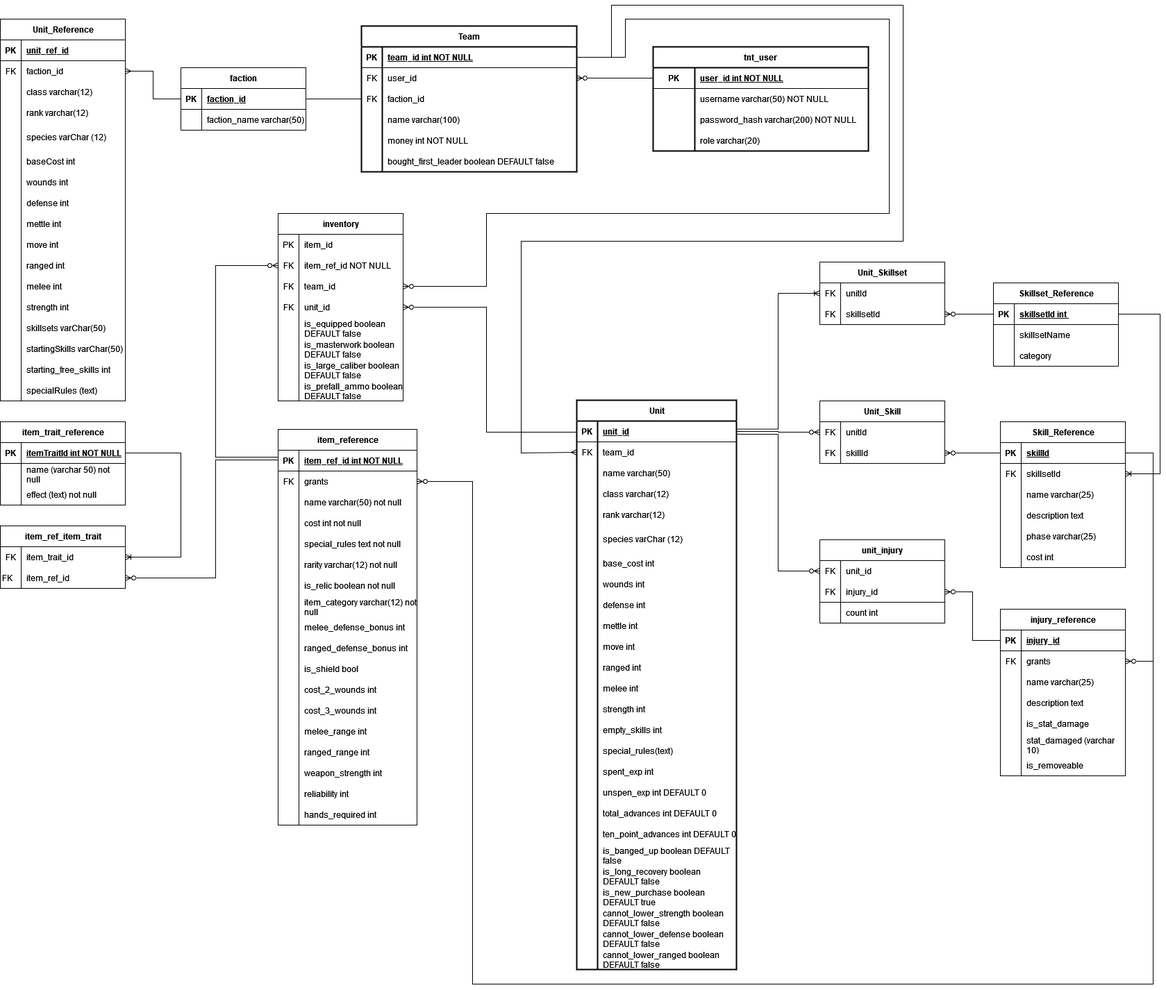
kmeadows3/TnT-Team-Builder keeps this draw.io diagram as Database/databaseERD.png. Above is the earlier version. Source tidied: cells renumbered, new cells last; positions are measured from the earlier drawing's top-left corner, leaving out a move shared by most shapes.
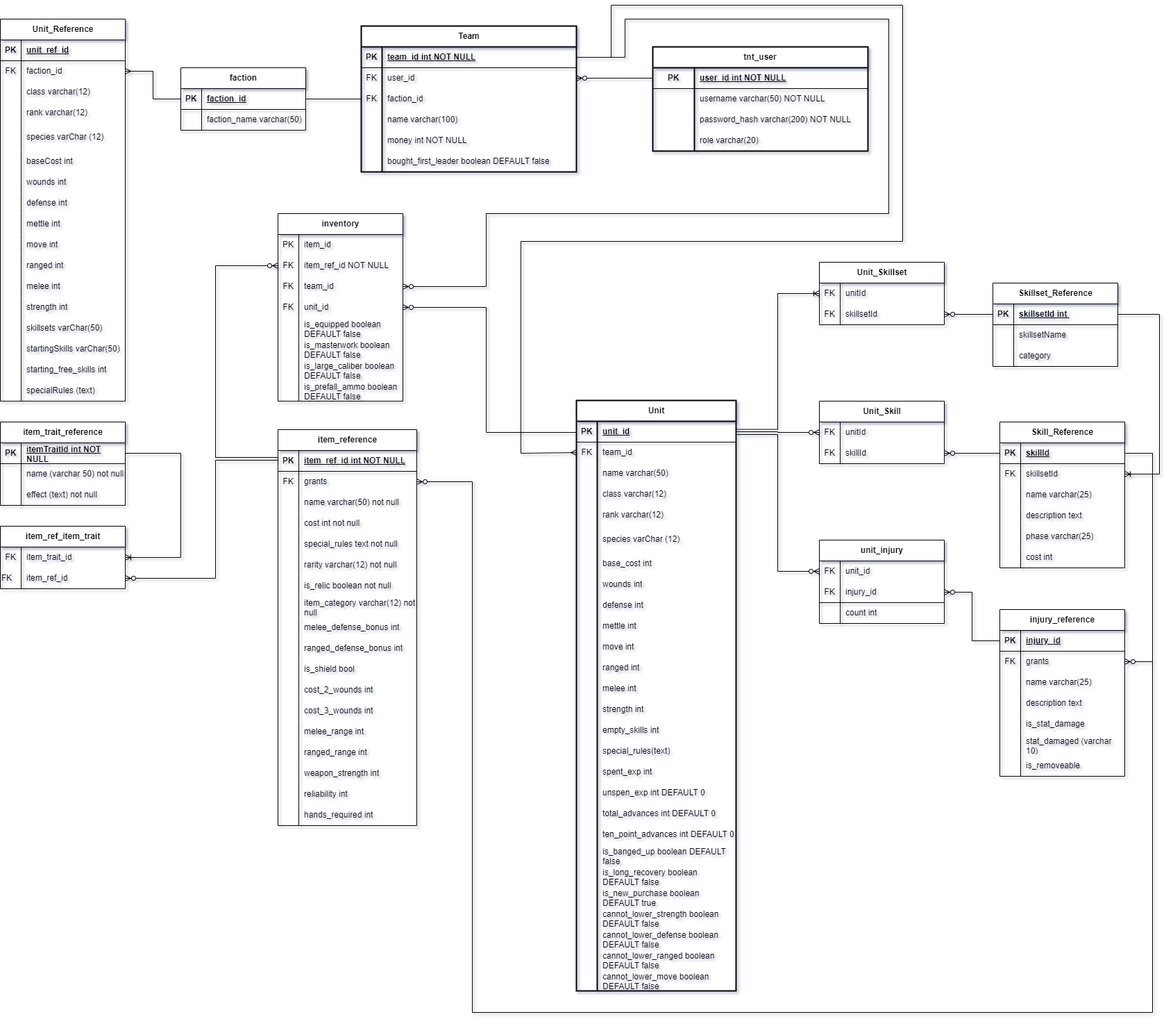
After the commit.

What changed in the source:
```diff
@@ -331,7 +331,7 @@
       </mxGeometry>
     </mxCell>
     <mxCell id="108" value="Unit" style="shape=table;startSize=30;rowLines=0;fontStyle=1;align=center;html=1;strokeWidth=2;" parent="1" vertex="1">
-      <mxGeometry x="830" y="569" width="230" height="820" as="geometry" />
+      <mxGeometry x="830" y="569" width="230" height="850" as="geometry" />
     </mxCell>
     <mxCell id="109" style="shape=tableRow;horizontal=0;startSize=0;swimlaneHead=0;swimlaneBody=0;fillColor=none;points=[[0,0.5],[1,0.5]];portConstraint=eastwest;top=0;left=0;right=0;bottom=1;" parent="108" vertex="1">
       <mxGeometry y="30" width="230" height="30" as="geometry" />
@@ -567,6 +567,15 @@
     <mxCell id="186" value="cannot_lower_ranged boolean DEFAULT false" style="shape=partialRectangle;fillColor=none;top=0;left=0;bottom=0;right=0;align=left;spacingLeft=6;overflow=hidden;whiteSpace=wrap;html=1;" parent="184" vertex="1">
       <mxGeometry x="30" width="200" height="30" as="geometry" />
     </mxCell>
+    <mxCell id="362" style="shape=tableRow;horizontal=0;startSize=0;swimlaneHead=0;swimlaneBody=0;fillColor=none;top=0;left=0;right=0;bottom=0;" parent="108" vertex="1">
+      <mxGeometry y="820" width="230" height="30" as="geometry" />
+    </mxCell>
+    <mxCell id="363" style="shape=partialRectangle;fillColor=none;top=0;left=0;bottom=0;right=0;overflow=hidden;whiteSpace=wrap;html=1;" parent="362" vertex="1">
+      <mxGeometry width="30" height="30" as="geometry" />
+    </mxCell>
+    <mxCell id="364" value="cannot_lower_move boolean DEFAULT false" style="shape=partialRectangle;fillColor=none;top=0;left=0;bottom=0;right=0;align=left;spacingLeft=6;overflow=hidden;whiteSpace=wrap;html=1;" parent="362" vertex="1">
+      <mxGeometry x="30" width="200" height="30" as="geometry" />
+    </mxCell>
     <mxCell id="187" style="edgeStyle=orthogonalEdgeStyle;rounded=0;jettySize=auto;html=1;exitX=1;exitY=0.5;exitDx=0;exitDy=0;entryX=0;entryY=0.5;entryDx=0;entryDy=0;endArrow=ERmany;endFill=0;" parent="1" edge="1" source="16" target="112">
       <mxGeometry relative="1" as="geometry">
         <Array as="points">
@@ -1141,8 +1150,8 @@
       <mxGeometry relative="1" as="geometry">
         <Array as="points">
           <mxPoint x="680" y="686" />
-          <mxPoint x="680" y="1410" />
-          <mxPoint x="1660" y="1410" />
+          <mxPoint x="680" y="1450" />
+          <mxPoint x="1660" y="1450" />
           <mxPoint x="1660" y="645" />
         </Array>
       </mxGeometry>
```
